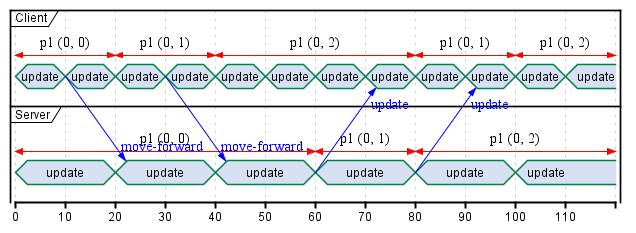
This is doc/Multiplayer/images/Client Prediction Bad - Timing.png from ProfPorkins/GameTech, a PlantUML export, as it was before one commit. Its diagram source:
```plantuml
@startuml Client Prediction Bad - Timing

concise "Client" as Client
concise "Server" as Server

@Client
0 is update
+10 is update
Client -> Server@+12 : move-forward
+10 is update
+10 is update
Client ->Server@+12 : move-forward
+10 is update
+10 is update
+10 is update
+10 is update
+10 is update
+10 is update
+10 is update
+10 is update
Client@0 <-> @20 : p1 (0, 0)
Client@20 <-> @40 : p1 (0, 1)
Client@40 <-> @80 : p1 (0, 2)
Client@80 <-> @100 : p1 (0, 1)
Client@100 <-> @120 : p1 (0, 2)

@Server
0 is update
+20 is update
+20 is update
+20 is update
Server -> Client@+12 : update
+20 is update
Server -> Client@+12 : update
+20 is update
Server@0 <-> @60 : p1 (0, 0)
Server@60 <-> @80 : p1 (0, 1)
Server@80 <-> @120 : p1 (0, 2)

@enduml
```
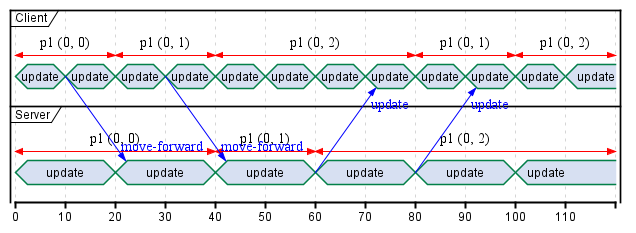
The same diagram one commit later.

The edit, as a diff of the source:
```diff
@@ -33,8 +33,8 @@
 +20 is update
 Server -> Client@+12 : update
 +20 is update
-Server@0 <-> @60 : p1 (0, 0)
-Server@60 <-> @80 : p1 (0, 1)
-Server@80 <-> @120 : p1 (0, 2)
+Server@0 <-> @40 : p1 (0, 0)
+Server@40 <-> @60 : p1 (0, 1)
+Server@60 <-> @120 : p1 (0, 2)
 
 @enduml
```
